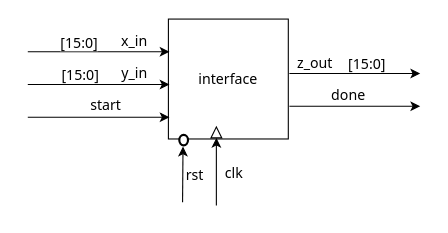
The draw.io diagram Block-Diagrams/Untitled Diagram.drawio in kalhorghazal/CORDIC-Vectoring-Mode, before the edit. Source tidied: cells renumbered, new cells numbered last; positions are measured from the earlier drawing's top-left corner, leaving out a move shared by most shapes. Both pictures are drawn from the tidied source at 109%, with x=0, y=0 at pixel (27, 19).
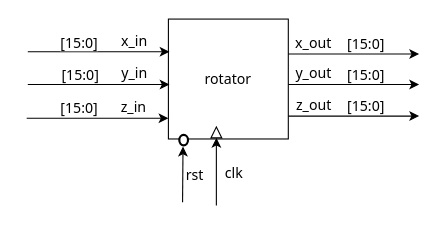
Above is the later version.

Change to the diagram source:
```diff
@@
-    <mxCell id="2" value="interface" style="whiteSpace=wrap;html=1;fontFamily=Tahoma;fontSize=13;fontStyle=0;" parent="1" vertex="1">
+    <mxCell id="2" value="rotator" style="whiteSpace=wrap;html=1;fontFamily=Tahoma;fontSize=13;fontStyle=0;" parent="1" vertex="1">
       <mxGeometry x="129" width="110" height="110" as="geometry" />
     </mxCell>
@@
     <mxCell id="9" style="endArrow=classic;html=1;fontFamily=Tahoma;fontSize=13;" parent="1" edge="1">
       <mxGeometry y="-20" relative="1" as="geometry">
-        <mxPoint x="240" y="50" as="sourcePoint" />
-        <mxPoint x="360" y="50" as="targetPoint" />
+        <mxPoint x="239" y="89" as="sourcePoint" />
+        <mxPoint x="359" y="89" as="targetPoint" />
       </mxGeometry>
     </mxCell>
@@
-    <mxCell id="12" style="endArrow=classic;html=1;fontFamily=Tahoma;fontSize=13;" parent="1" edge="1">
-      <mxGeometry y="-20" relative="1" as="geometry">
-        <mxPoint y="90" as="sourcePoint" />
-        <mxPoint x="130" y="90" as="targetPoint" />
-      </mxGeometry>
-    </mxCell>
-    <mxCell id="13" value="start" style="edgeLabel;html=1;align=right;verticalAlign=bottom;fontFamily=Tahoma;fontSize=13;" parent="12" vertex="1">
-      <mxGeometry x="1" relative="1" as="geometry">
-        <mxPoint x="-43.6" y="-1" as="offset" />
-      </mxGeometry>
-    </mxCell>
@@
-    <mxCell id="19" style="endArrow=classic;html=1;fontFamily=Tahoma;fontSize=13;" parent="1" edge="1">
-      <mxGeometry y="-20" relative="1" as="geometry">
-        <mxPoint x="240" y="80" as="sourcePoint" />
-        <mxPoint x="360" y="80" as="targetPoint" />
-      </mxGeometry>
-    </mxCell>
-    <mxCell id="20" value="done" style="edgeLabel;html=1;align=right;verticalAlign=bottom;fontFamily=Tahoma;fontSize=13;" parent="19" vertex="1">
-      <mxGeometry x="1" relative="1" as="geometry">
-        <mxPoint x="-50" as="offset" />
-      </mxGeometry>
-    </mxCell>
@@
+    <mxCell id="22" style="endArrow=classic;html=1;fontFamily=Tahoma;fontSize=13;" parent="1" edge="1">
+      <mxGeometry y="-20" relative="1" as="geometry">
+        <mxPoint x="-1" y="91" as="sourcePoint" />
+        <mxPoint x="129" y="91" as="targetPoint" />
+      </mxGeometry>
+    </mxCell>
+    <mxCell id="23" value="[15:0]" style="edgeLabel;html=1;align=center;verticalAlign=middle;fontFamily=Tahoma;fontSize=13;" parent="22" vertex="1">
+      <mxGeometry relative="1" as="geometry">
+        <mxPoint x="-17.7" y="-10" as="offset" />
+      </mxGeometry>
+    </mxCell>
+    <mxCell id="24" value="z_in" style="edgeLabel;html=1;align=right;verticalAlign=bottom;fontFamily=Tahoma;fontSize=13;" parent="22" vertex="1">
+      <mxGeometry x="1" relative="1" as="geometry">
+        <mxPoint x="-20" as="offset" />
+      </mxGeometry>
+    </mxCell>
+    <mxCell id="25" style="endArrow=classic;html=1;fontFamily=Tahoma;fontSize=13;" parent="1" edge="1">
+      <mxGeometry y="-20" relative="1" as="geometry">
+        <mxPoint x="239" y="60" as="sourcePoint" />
+        <mxPoint x="359" y="60" as="targetPoint" />
+      </mxGeometry>
+    </mxCell>
+    <mxCell id="26" value="[15:0]" style="edgeLabel;html=1;align=center;verticalAlign=middle;fontFamily=Tahoma;fontSize=13;" parent="25" vertex="1">
+      <mxGeometry relative="1" as="geometry">
+        <mxPoint x="10" y="-10" as="offset" />
+      </mxGeometry>
+    </mxCell>
+    <mxCell id="27" value="y_out" style="edgeLabel;html=1;align=right;verticalAlign=bottom;fontFamily=Tahoma;fontSize=13;" parent="25" vertex="1">
+      <mxGeometry x="1" relative="1" as="geometry">
+        <mxPoint x="-80" as="offset" />
+      </mxGeometry>
+    </mxCell>
+    <mxCell id="28" style="endArrow=classic;html=1;fontFamily=Tahoma;fontSize=13;" parent="1" edge="1">
+      <mxGeometry y="-20" relative="1" as="geometry">
+        <mxPoint x="239" y="32" as="sourcePoint" />
+        <mxPoint x="359" y="32" as="targetPoint" />
+      </mxGeometry>
+    </mxCell>
+    <mxCell id="29" value="[15:0]" style="edgeLabel;html=1;align=center;verticalAlign=middle;fontFamily=Tahoma;fontSize=13;" parent="28" vertex="1">
+      <mxGeometry relative="1" as="geometry">
+        <mxPoint x="10" y="-10" as="offset" />
+      </mxGeometry>
+    </mxCell>
+    <mxCell id="30" value="x_out" style="edgeLabel;html=1;align=right;verticalAlign=bottom;fontFamily=Tahoma;fontSize=13;" parent="28" vertex="1">
+      <mxGeometry x="1" relative="1" as="geometry">
+        <mxPoint x="-80" as="offset" />
+      </mxGeometry>
+    </mxCell>
```
